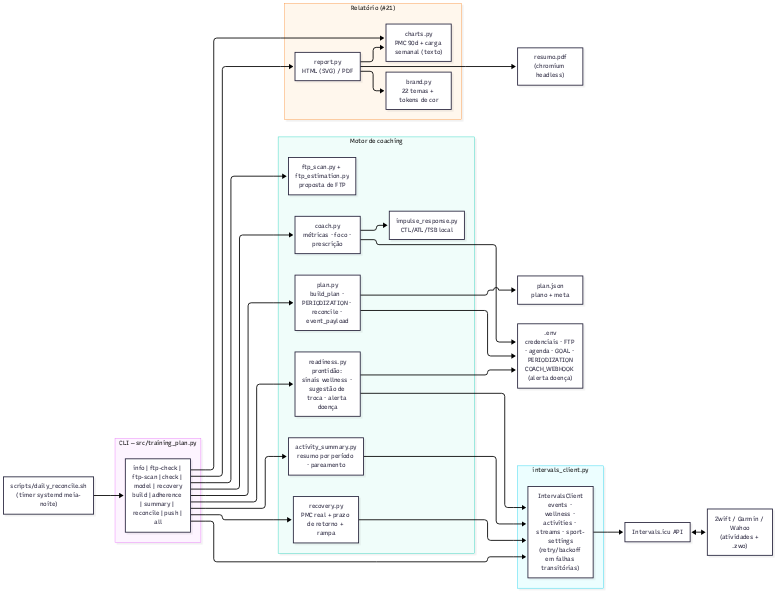
valdelin/Hermes-coach keeps this Mermaid diagram as docs/diagramas/componentes.png. Above is the earlier version. Its source is kept beside it as docs/diagramas/componentes.mmd. Its diagram source:
```mermaid
flowchart LR
    subgraph CLI["CLI — src/training_plan.py"]
        CMD["info | ftp-check | ftp-scan | check | model | recovery<br/>build | adherence | summary | reconcile | push | all"]
    end

    subgraph CORE["Motor de coaching"]
        COACH["coach.py<br/>métricas · foco · prescrição"]
        PLAN["plan.py<br/>build_plan · PERIODIZATION · reconcile · event_payload"]
        IR["impulse_response.py<br/>CTL/ATL/TSB local"]
        FTPS["ftp_scan.py + ftp_estimation.py<br/>proposta de FTP"]
        AS["activity_summary.py<br/>resumo por período · pareamento"]
        REC["recovery.py<br/>PMC real + prazo de retorno + rampa"]
        RD["readiness.py<br/>prontidão: sinais wellness · sugestão de troca · alerta doença"]
    end

    subgraph REPORT["Relatório (#21)"]
        CH["charts.py<br/>PMC 90d + carga semanal (texto)"]
        RP["report.py<br/>HTML (SVG) / PDF"]
        BR["brand.py<br/>22 temas + tokens de cor"]
    end

    subgraph API["intervals_client.py"]
        CLIENT["IntervalsClient<br/>events · wellness · activities · streams · sport-settings<br/>(retry/backoff em falhas transitórias)"]
    end

    ENV[".env<br/>credenciais · FTP · agenda · GOAL · PERIODIZATION<br/>COACH_WEBHOOK (alerta doença)"]
    PLANFILE["plan.json<br/>plano + meta"]
    SH["scripts/daily_reconcile.sh<br/>(timer systemd meia-noite)"]

    INTERVALS["Intervals.icu API"]
    APPS["Zwift / Garmin / Wahoo<br/>(atividades + .zwo)"]
    PDF["resumo.pdf<br/>(chromium headless)"]

    CMD --> COACH
    CMD --> PLAN
    CMD --> FTPS
    CMD --> AS
    CMD --> REC
    CMD --> RD
    CMD --> CH
    CMD --> RP
    COACH --> IR
    CMD --> CLIENT
    PLAN --> PLANFILE
    COACH --> ENV
    PLAN --> ENV
    RD --> ENV
    AS --> CLIENT
    REC --> CLIENT
    RD --> CLIENT
    CLIENT --> INTERVALS
    INTERVALS <--> APPS
    SH --> CMD
    RP --> CH
    RP --> BR
    RP --> PDF
```
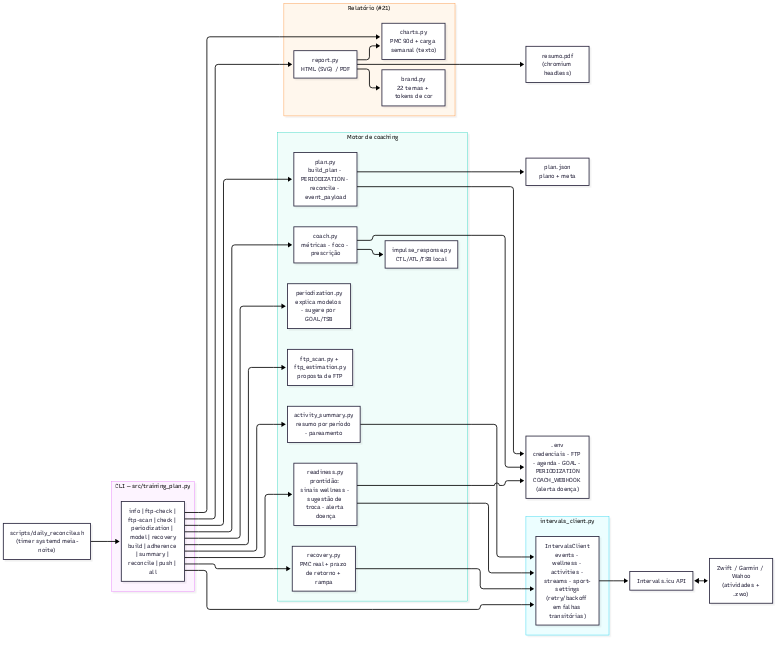
Above is the later version.

Change to the diagram source:
```diff
@@ -1,6 +1,6 @@
 flowchart LR
     subgraph CLI["CLI — src/training_plan.py"]
-        CMD["info | ftp-check | ftp-scan | check | model | recovery<br/>build | adherence | summary | reconcile | push | all"]
+        CMD["info | ftp-check | ftp-scan | check | periodization | model | recovery<br/>build | adherence | summary | reconcile | push | all"]
     end
 
     subgraph CORE["Motor de coaching"]
@@ -11,6 +11,7 @@
         AS["activity_summary.py<br/>resumo por período · pareamento"]
         REC["recovery.py<br/>PMC real + prazo de retorno + rampa"]
         RD["readiness.py<br/>prontidão: sinais wellness · sugestão de troca · alerta doença"]
+        PER["periodization.py<br/>explica modelos · sugere por GOAL/TSB"]
     end
 
     subgraph REPORT["Relatório (#21)"]
@@ -37,6 +38,7 @@
     CMD --> AS
     CMD --> REC
     CMD --> RD
+    CMD --> PER
     CMD --> CH
     CMD --> RP
     COACH --> IR
```
